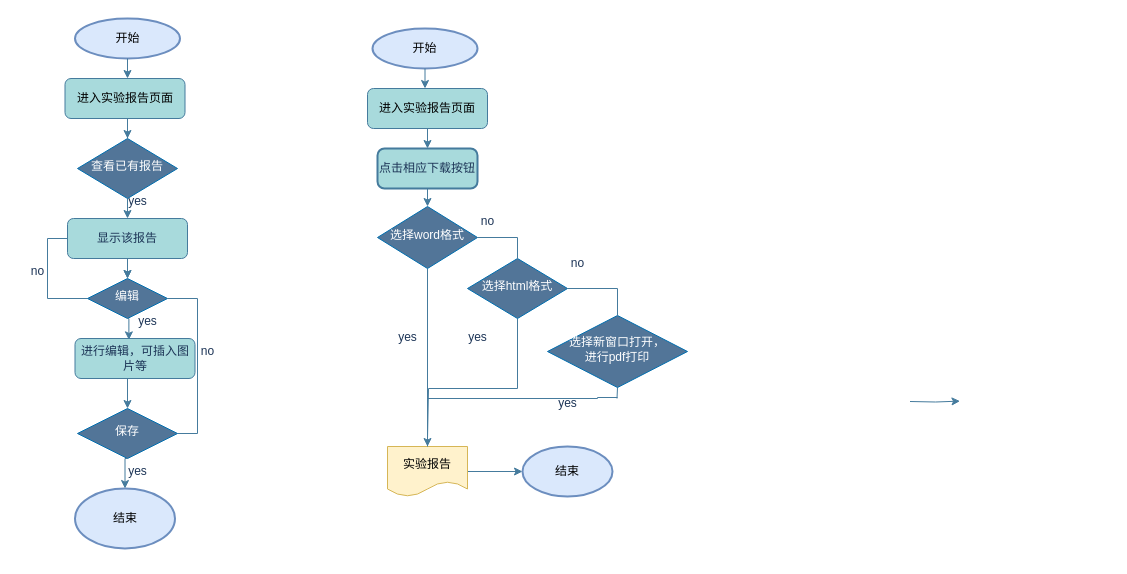
This is draw/实验报告生成.drawio from White1943/sqlEduFB, a draw.io file, before an edit. Source tidied: cells renumbered, new cells numbered last; positions are measured from the earlier drawing's top-left corner, leaving out a move shared by most shapes. Both pictures are drawn from the tidied source at 100%, with x=0, y=0 at pixel (17, 18).
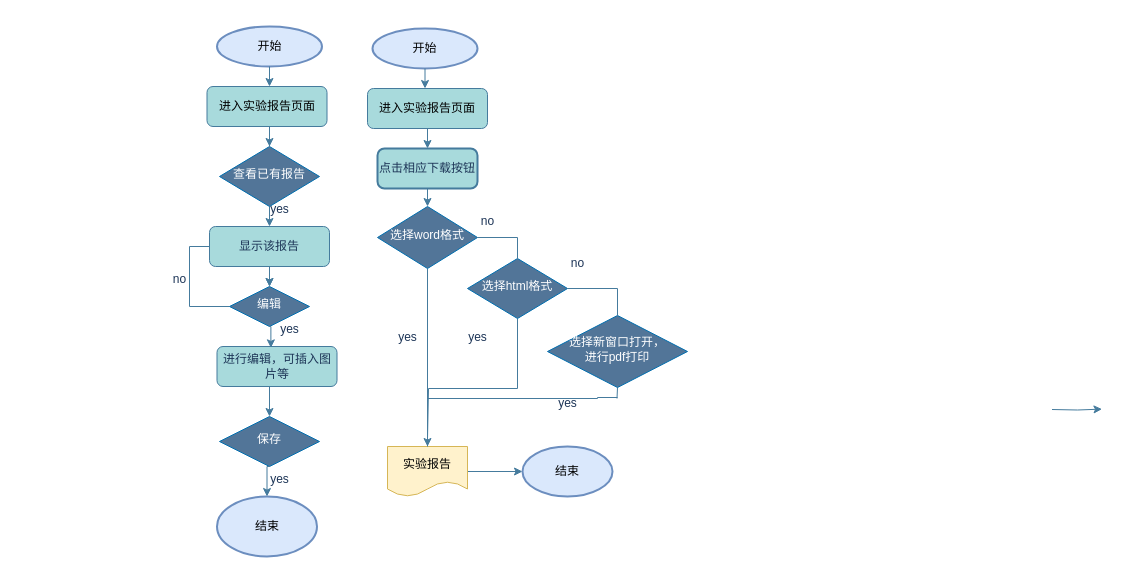
Above is the later version.

Commit message:
更新实验报告生成.drawio

What changed in the source:
```diff
@@
     <mxCell id="3" value="查看已有报告" style="rhombus;whiteSpace=wrap;html=1;shadow=0;fontFamily=Helvetica;fontSize=12;align=center;strokeWidth=1;spacing=6;spacingTop=-4;labelBackgroundColor=none;fillColor=light-dark(#527598, #2566a8);strokeColor=#006EAF;fontColor=#ffffff;verticalAlign=middle;" parent="1" vertex="1">
-      <mxGeometry x="60" y="120" width="100" height="60" as="geometry" />
+      <mxGeometry x="202" y="128" width="100" height="60" as="geometry" />
     </mxCell>
@@
     <mxCell id="5" value="编辑" style="rhombus;whiteSpace=wrap;html=1;shadow=0;fontFamily=Helvetica;fontSize=12;align=center;strokeWidth=1;spacing=6;spacingTop=-4;labelBackgroundColor=none;fillColor=light-dark(#527598, #2566a8);strokeColor=#006EAF;fontColor=#ffffff;verticalAlign=middle;" parent="1" vertex="1">
-      <mxGeometry x="70" y="260" width="80" height="40" as="geometry" />
+      <mxGeometry x="212" y="268" width="80" height="40" as="geometry" />
     </mxCell>
     <mxCell id="6" style="edgeStyle=orthogonalEdgeStyle;rounded=0;jettySize=auto;html=1;exitX=0.5;exitY=1;exitDx=0;exitDy=0;labelBackgroundColor=none;strokeColor=#457B9D;fontColor=default;" parent="1" edge="1" source="7">
       <mxGeometry relative="1" as="geometry">
-        <mxPoint x="110" y="390" as="targetPoint" />
+        <mxPoint x="252" y="398" as="targetPoint" />
       </mxGeometry>
     </mxCell>
     <mxCell id="7" value="进行编辑，可插入图片等" style="rounded=1;whiteSpace=wrap;html=1;fontSize=12;glass=0;strokeWidth=1;shadow=0;labelBackgroundColor=none;fillColor=#A8DADC;strokeColor=#457B9D;fontColor=#1D3557;" parent="1" vertex="1">
-      <mxGeometry x="57.5" y="320" width="120" height="40" as="geometry" />
+      <mxGeometry x="199.5" y="328" width="120" height="40" as="geometry" />
     </mxCell>
@@
     <mxCell id="9" value="显示该报告" style="rounded=1;whiteSpace=wrap;html=1;fontSize=12;glass=0;strokeWidth=1;shadow=0;labelBackgroundColor=none;fillColor=#A8DADC;strokeColor=#457B9D;fontColor=#1D3557;" parent="1" vertex="1">
-      <mxGeometry x="50" y="200" width="120" height="40" as="geometry" />
+      <mxGeometry x="192" y="208" width="120" height="40" as="geometry" />
     </mxCell>
@@
     <mxCell id="13" value="yes" style="text;html=1;align=center;verticalAlign=middle;strokeColor=none;fillColor=none;labelBackgroundColor=none;fontColor=#1D3557;" parent="1" vertex="1">
-      <mxGeometry x="110" y="288" width="40" height="30" as="geometry" />
+      <mxGeometry x="252" y="296" width="40" height="30" as="geometry" />
     </mxCell>
     <mxCell id="14" value="no" style="text;html=1;align=center;verticalAlign=middle;strokeColor=none;fillColor=none;labelBackgroundColor=none;fontColor=#1D3557;" parent="1" vertex="1">
-      <mxGeometry y="238" width="40" height="30" as="geometry" />
+      <mxGeometry x="142" y="246" width="40" height="30" as="geometry" />
     </mxCell>
     <mxCell id="15" value="yes" style="text;html=1;align=center;verticalAlign=middle;strokeColor=none;fillColor=none;labelBackgroundColor=none;fontColor=#1D3557;" parent="1" vertex="1">
-      <mxGeometry x="100" y="168" width="40" height="30" as="geometry" />
+      <mxGeometry x="242" y="176" width="40" height="30" as="geometry" />
     </mxCell>
-    <mxCell id="16" style="edgeStyle=orthogonalEdgeStyle;rounded=0;jettySize=auto;html=1;exitX=1;exitY=0.5;exitDx=0;exitDy=0;exitPerimeter=0;entryX=1;entryY=0.5;entryDx=0;entryDy=0;labelBackgroundColor=none;strokeColor=#457B9D;fontColor=default;endArrow=none;startFill=0;" parent="1" edge="1" source="17" target="5">
-      <mxGeometry relative="1" as="geometry" />
-    </mxCell>
     <mxCell id="17" value="保存" style="strokeWidth=1;html=1;shape=mxgraph.flowchart.decision;whiteSpace=wrap;labelBackgroundColor=none;fillColor=light-dark(#527598, #2566a8);strokeColor=#006EAF;fontColor=#ffffff;align=center;verticalAlign=middle;fontFamily=Helvetica;fontSize=12;shadow=0;spacingTop=-4;spacing=6;" parent="1" vertex="1">
-      <mxGeometry x="60" y="390" width="100" height="50" as="geometry" />
+      <mxGeometry x="202" y="398" width="100" height="50" as="geometry" />
     </mxCell>
     <mxCell id="18" value="结束" style="strokeWidth=2;html=1;shape=mxgraph.flowchart.start_1;whiteSpace=wrap;labelBackgroundColor=none;fillColor=#dae8fc;strokeColor=#6c8ebf;" parent="1" vertex="1">
-      <mxGeometry x="57.5" y="470" width="100" height="60" as="geometry" />
+      <mxGeometry x="199.5" y="478" width="100" height="60" as="geometry" />
     </mxCell>
@@
-    <mxCell id="20" value="no" style="text;html=1;align=center;verticalAlign=middle;strokeColor=none;fillColor=none;labelBackgroundColor=none;fontColor=#1D3557;" parent="1" vertex="1">
-      <mxGeometry x="170" y="318" width="40" height="30" as="geometry" />
-    </mxCell>
     <mxCell id="21" value="yes" style="text;html=1;align=center;verticalAlign=middle;strokeColor=none;fillColor=none;labelBackgroundColor=none;fontColor=#1D3557;" parent="1" vertex="1">
-      <mxGeometry x="100" y="438" width="40" height="30" as="geometry" />
+      <mxGeometry x="242" y="446" width="40" height="30" as="geometry" />
     </mxCell>
@@
     <mxCell id="38" style="edgeStyle=orthogonalEdgeStyle;rounded=0;orthogonalLoop=1;jettySize=auto;html=1;exitX=1;exitY=0.5;exitDx=0;exitDy=0;labelBackgroundColor=none;strokeColor=#457B9D;fontColor=default;" parent="1" edge="1">
       <mxGeometry relative="1" as="geometry">
-        <mxPoint x="892.5" y="383" as="sourcePoint" />
-        <mxPoint x="942.5" y="382.6" as="targetPoint" />
+        <mxPoint x="1034.5" y="391" as="sourcePoint" />
+        <mxPoint x="1084.5" y="390.6" as="targetPoint" />
       </mxGeometry>
     </mxCell>
@@
     <mxCell id="41" value="开始" style="strokeWidth=2;html=1;shape=mxgraph.flowchart.start_2;whiteSpace=wrap;labelBackgroundColor=none;fillColor=#dae8fc;strokeColor=#6c8ebf;" parent="1" vertex="1">
-      <mxGeometry x="57.5" width="105" height="40" as="geometry" />
+      <mxGeometry x="199.5" y="8" width="105" height="40" as="geometry" />
     </mxCell>
     <mxCell id="42" value="&lt;span style=&quot;color: rgb(0, 0, 0);&quot;&gt;进入实验报告页面&lt;/span&gt;" style="rounded=1;whiteSpace=wrap;html=1;fontSize=12;glass=0;strokeWidth=1;shadow=0;labelBackgroundColor=none;fillColor=#A8DADC;strokeColor=#457B9D;fontColor=#1D3557;" parent="1" vertex="1">
-      <mxGeometry x="47.5" y="60" width="120" height="40" as="geometry" />
+      <mxGeometry x="189.5" y="68" width="120" height="40" as="geometry" />
     </mxCell>
     <mxCell id="43" style="edgeStyle=orthogonalEdgeStyle;rounded=0;jettySize=auto;html=1;exitX=0.5;exitY=1;exitDx=0;exitDy=0;entryX=0.5;entryY=0;entryDx=0;entryDy=0;labelBackgroundColor=none;strokeColor=#457B9D;fontColor=default;" parent="1" edge="1" source="9" target="5">
       <mxGeometry relative="1" as="geometry">
         <Array as="points">
-          <mxPoint x="110" y="240" />
+          <mxPoint x="252" y="248" />
         </Array>
       </mxGeometry>
     </mxCell>
     <mxCell id="44" style="edgeStyle=orthogonalEdgeStyle;rounded=0;jettySize=auto;html=1;labelBackgroundColor=none;strokeColor=#457B9D;fontColor=default;exitX=0.5;exitY=1;exitDx=0;exitDy=0;exitPerimeter=0;" parent="1" edge="1" source="41">
       <mxGeometry relative="1" as="geometry">
-        <mxPoint x="110" y="60" as="targetPoint" />
+        <mxPoint x="252" y="68" as="targetPoint" />
       </mxGeometry>
     </mxCell>
     <mxCell id="45" style="edgeStyle=orthogonalEdgeStyle;rounded=0;orthogonalLoop=1;jettySize=auto;html=1;labelBackgroundColor=none;strokeColor=#457B9D;fontColor=default;" parent="1" edge="1">
       <mxGeometry relative="1" as="geometry">
-        <mxPoint x="110" y="120" as="sourcePoint" />
-        <mxPoint x="110" y="120" as="targetPoint" />
+        <mxPoint x="252" y="128" as="sourcePoint" />
+        <mxPoint x="252" y="128" as="targetPoint" />
         <Array as="points">
-          <mxPoint x="110" y="100" />
-          <mxPoint x="110" y="130" />
+          <mxPoint x="252" y="108" />
+          <mxPoint x="252" y="138" />
         </Array>
       </mxGeometry>
     </mxCell>
```
